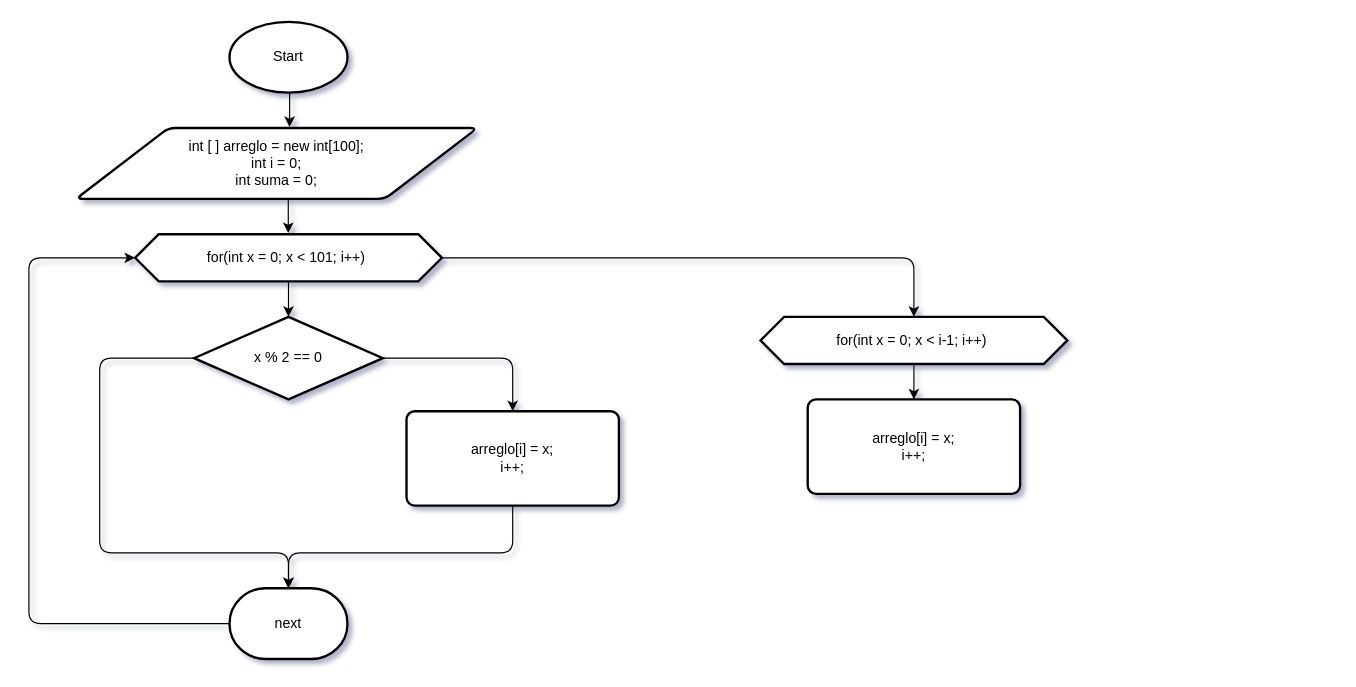
This is NumerosParesArray.drawio from AnthonyLozadaAlexander/DiagramaDeFlujos, a draw.io file, before an edit. Source tidied: cells renumbered, new cells numbered last; positions are measured from the earlier drawing's top-left corner, leaving out a move shared by most shapes. Both pictures are drawn from the tidied source at 118%, with x=0, y=0 at pixel (28, 21).
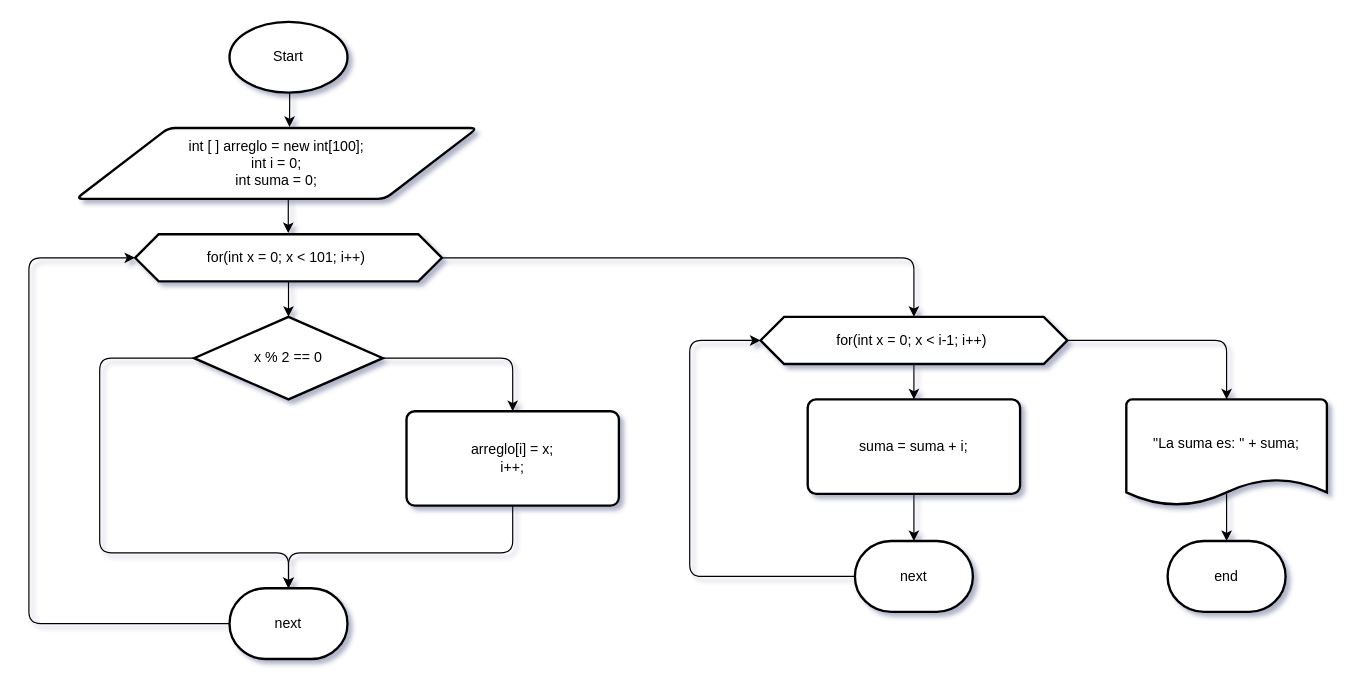
The same page after the edit.

Commit message:
Actualizar diagrama de flujo del método de números pares para corregir la lógica de suma y agregar el flujo de finalización.

Unchanged cells that the change refers to:
```xml
<mxCell id="17" value="for(int x = 0; x &amp;lt; i-1; i++)&amp;nbsp;" style="shape=hexagon;perimeter=hexagonPerimeter2;whiteSpace=wrap;html=1;fixedSize=1;strokeWidth=2;" parent="1" vertex="1">
  <mxGeometry x="620" y="250" width="260" height="40" as="geometry" />
</mxCell>
```

What changed in the source:
```diff
@@
+    <mxCell id="19" style="edgeStyle=none;html=1;" parent="1" edge="1" source="18" target="21">
+      <mxGeometry relative="1" as="geometry" />
+    </mxCell>
-    <mxCell id="18" value="arreglo[i] = x;&lt;div&gt;i++;&lt;/div&gt;" style="rounded=1;whiteSpace=wrap;html=1;absoluteArcSize=1;arcSize=14;strokeWidth=2;" parent="1" vertex="1">
+    <mxCell id="18" value="suma = suma + i;" style="rounded=1;whiteSpace=wrap;html=1;absoluteArcSize=1;arcSize=14;strokeWidth=2;" parent="1" vertex="1">
       <mxGeometry x="660" y="320" width="180" height="80" as="geometry" />
     </mxCell>
+    <mxCell id="20" style="edgeStyle=none;html=1;entryX=0;entryY=0.5;entryDx=0;entryDy=0;exitX=0;exitY=0.5;exitDx=0;exitDy=0;exitPerimeter=0;" parent="1" edge="1" source="21" target="17">
+      <mxGeometry relative="1" as="geometry">
+        <Array as="points">
+          <mxPoint x="560" y="470" />
+          <mxPoint x="560" y="270" />
+        </Array>
+      </mxGeometry>
+    </mxCell>
+    <mxCell id="21" value="next" style="strokeWidth=2;html=1;shape=mxgraph.flowchart.terminator;whiteSpace=wrap;" parent="1" vertex="1">
+      <mxGeometry x="700" y="440" width="100" height="60" as="geometry" />
+    </mxCell>
+    <mxCell id="22" value="&quot;La suma es: &quot; + suma;&lt;div&gt;&lt;br&gt;&lt;/div&gt;" style="strokeWidth=2;html=1;shape=mxgraph.flowchart.document2;whiteSpace=wrap;size=0.25;" parent="1" vertex="1">
+      <mxGeometry x="930" y="320" width="170" height="90" as="geometry" />
+    </mxCell>
+    <mxCell id="23" style="edgeStyle=none;html=1;entryX=0.5;entryY=0;entryDx=0;entryDy=0;entryPerimeter=0;exitX=1;exitY=0.5;exitDx=0;exitDy=0;" parent="1" edge="1" source="17" target="22">
+      <mxGeometry relative="1" as="geometry">
+        <Array as="points">
+          <mxPoint x="1015" y="270" />
+        </Array>
+      </mxGeometry>
+    </mxCell>
+    <mxCell id="24" value="end" style="strokeWidth=2;html=1;shape=mxgraph.flowchart.terminator;whiteSpace=wrap;" parent="1" vertex="1">
+      <mxGeometry x="965" y="440" width="100" height="60" as="geometry" />
+    </mxCell>
+    <mxCell id="25" style="edgeStyle=none;html=1;entryX=0.5;entryY=0;entryDx=0;entryDy=0;entryPerimeter=0;" parent="1" edge="1" target="24">
+      <mxGeometry relative="1" as="geometry">
+        <mxPoint x="1015" y="400" as="sourcePoint" />
+      </mxGeometry>
+    </mxCell>
```
